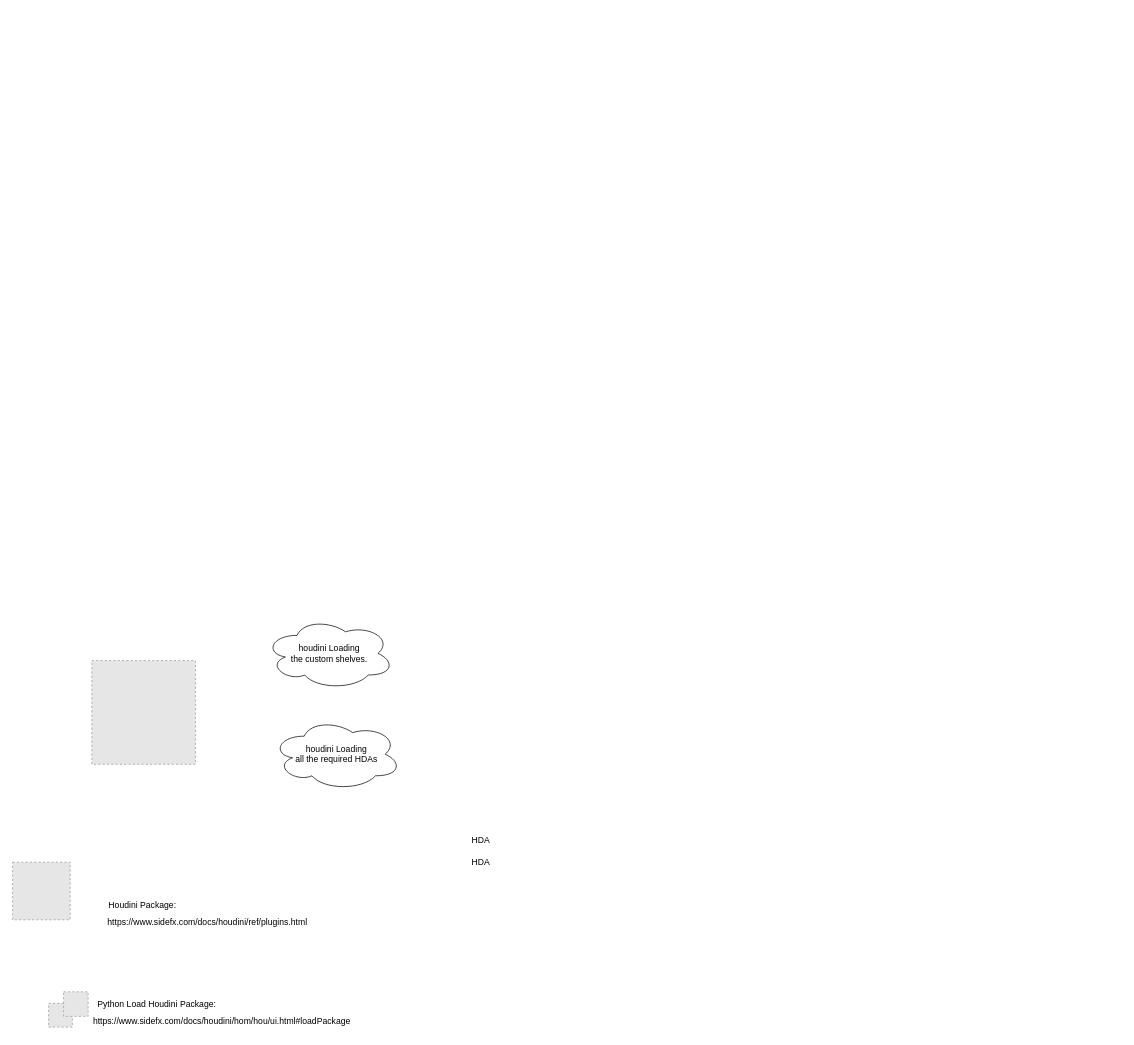
The draw.io diagram .designs/diagrams/2021.12.26_houdini_devWorkflow.drawio in JunruTao/Peach, before the edit. Source tidied: cells renumbered, new cells numbered last; positions are measured from the earlier drawing's top-left corner, leaving out a move shared by most shapes. Both pictures are drawn from the tidied source at 72%, with x=0, y=0 at pixel (12, 617). Pictures stored in the file or linked from it are replaced by grey dashed boxes.
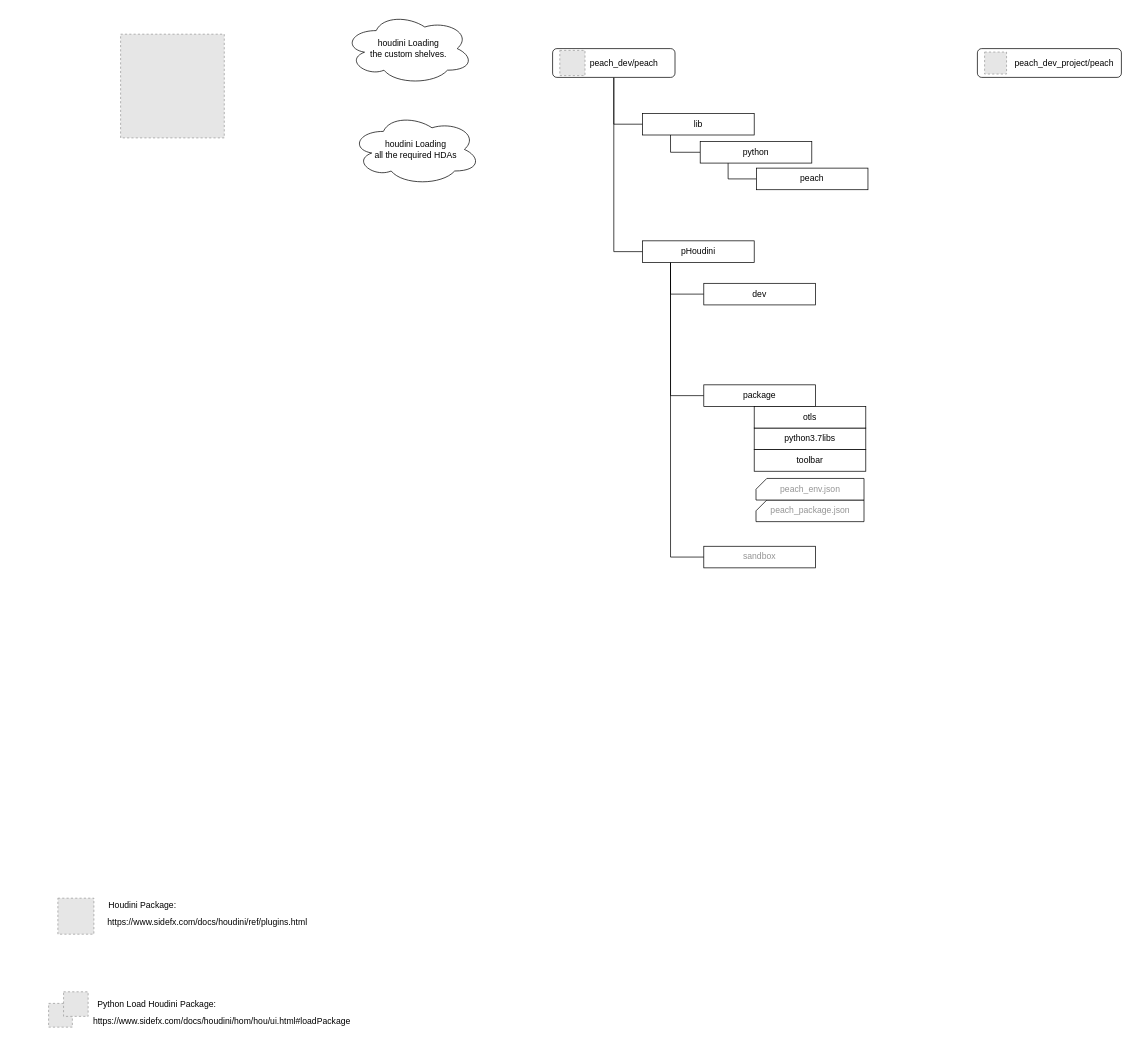
The same page after the edit.

Commit message:
adding diagram of hou workflow

The edit, as a diff of the source:
```diff
@@
+    <mxCell id="14" style="edgeStyle=orthogonalEdgeStyle;rounded=0;sketch=0;jettySize=auto;html=1;entryX=0;entryY=0.5;entryDx=0;entryDy=0;fontColor=#949494;endArrow=none;endFill=0;" parent="1" edge="1" source="16" target="35">
+      <mxGeometry relative="1" as="geometry" />
+    </mxCell>
+    <mxCell id="15" style="edgeStyle=orthogonalEdgeStyle;rounded=0;sketch=0;jettySize=auto;html=1;entryX=0;entryY=0.5;entryDx=0;entryDy=0;fontColor=#949494;endArrow=none;endFill=0;" parent="1" edge="1" source="16" target="25">
+      <mxGeometry relative="1" as="geometry" />
+    </mxCell>
+    <mxCell id="16" style="rounded=1;whiteSpace=wrap;html=1;" parent="1" vertex="1">
+      <mxGeometry x="750" y="-790" width="170" height="40" as="geometry" />
+    </mxCell>
-    <mxCell id="2" style="fillColor=#E6E6E6;strokeColor=#999999;dashed=1;verticalLabelPosition=bottom;labelBackgroundColor=#ffffff;verticalAlign=top;" parent="1" vertex="1">
-      <mxGeometry x="110" y="60" width="144" height="144" as="geometry" />
+    <mxCell id="2" style="fillColor=#E6E6E6;strokeColor=#999999;dashed=1;verticalLabelPosition=bottom;verticalAlign=top;" parent="1" vertex="1">
+      <mxGeometry x="150" y="-810" width="144" height="144" as="geometry" />
     </mxCell>
-    <mxCell id="3" style="fillColor=#E6E6E6;strokeColor=#999999;dashed=1;verticalLabelPosition=bottom;labelBackgroundColor=#ffffff;verticalAlign=top;" parent="1" vertex="1">
-      <mxGeometry y="340" width="80" height="80" as="geometry" />
+    <mxCell id="3" style="fillColor=#E6E6E6;strokeColor=#999999;dashed=1;verticalLabelPosition=bottom;verticalAlign=top;" parent="1" vertex="1">
+      <mxGeometry x="62.9" y="390" width="50" height="50" as="geometry" />
     </mxCell>
-    <mxCell id="4" value="HDA" style="text;html=1;align=center;verticalAlign=middle;strokeColor=none;fillColor=none;" parent="1" vertex="1">
-      <mxGeometry x="630" y="300" width="40" height="20" as="geometry" />
-    </mxCell>
-    <mxCell id="5" value="HDA" style="text;html=1;align=center;verticalAlign=middle;strokeColor=none;fillColor=none;" parent="1" vertex="1">
-      <mxGeometry x="630" y="330" width="40" height="20" as="geometry" />
-    </mxCell>
     <mxCell id="6" value="houdini Loading&lt;br&gt;the custom shelves." style="ellipse;shape=cloud;whiteSpace=wrap;html=1;" parent="1" vertex="1">
-      <mxGeometry x="350" width="180" height="100" as="geometry" />
+      <mxGeometry x="460" y="-840" width="180" height="100" as="geometry" />
     </mxCell>
     <mxCell id="7" value="houdini Loading&lt;br&gt;all the required HDAs" style="ellipse;shape=cloud;whiteSpace=wrap;html=1;" parent="1" vertex="1">
-      <mxGeometry x="360" y="140" width="180" height="100" as="geometry" />
+      <mxGeometry x="470" y="-700" width="180" height="100" as="geometry" />
     </mxCell>
@@
-    <mxCell id="12" style="fillColor=#E6E6E6;strokeColor=#999999;dashed=1;verticalLabelPosition=bottom;labelBackgroundColor=#ffffff;verticalAlign=top;" parent="1" vertex="1">
+    <mxCell id="12" style="fillColor=#E6E6E6;strokeColor=#999999;dashed=1;verticalLabelPosition=bottom;verticalAlign=top;" parent="1" vertex="1">
       <mxGeometry x="50" y="536.1" width="33" height="33" as="geometry" />
     </mxCell>
-    <mxCell id="13" style="fillColor=#E6E6E6;strokeColor=#999999;dashed=1;verticalLabelPosition=bottom;labelBackgroundColor=#ffffff;verticalAlign=top;" parent="1" vertex="1">
+    <mxCell id="13" style="fillColor=#E6E6E6;strokeColor=#999999;dashed=1;verticalLabelPosition=bottom;verticalAlign=top;" parent="1" vertex="1">
       <mxGeometry x="70.8" y="520" width="34.1" height="34.1" as="geometry" />
     </mxCell>
+    <mxCell id="17" style="fillColor=#E6E6E6;strokeColor=#999999;dashed=1;verticalLabelPosition=bottom;verticalAlign=top;" parent="1" vertex="1">
+      <mxGeometry x="760" y="-787.5" width="35" height="35" as="geometry" />
+    </mxCell>
+    <mxCell id="18" value="peach_dev/peach" style="text;html=1;align=left;verticalAlign=middle;strokeColor=none;fillColor=none;" parent="1" vertex="1">
+      <mxGeometry x="800" y="-780" width="110" height="20" as="geometry" />
+    </mxCell>
+    <mxCell id="19" style="rounded=1;whiteSpace=wrap;html=1;" parent="1" vertex="1">
+      <mxGeometry x="1340" y="-790" width="200" height="40" as="geometry" />
+    </mxCell>
+    <mxCell id="20" value="peach_dev_project/peach" style="text;html=1;align=left;verticalAlign=middle;strokeColor=none;fillColor=none;" parent="1" vertex="1">
+      <mxGeometry x="1390" y="-780" width="150" height="20" as="geometry" />
+    </mxCell>
+    <mxCell id="21" style="fillColor=#E6E6E6;strokeColor=#999999;dashed=1;verticalLabelPosition=bottom;verticalAlign=top;" parent="1" vertex="1">
+      <mxGeometry x="1350" y="-785.2" width="30.5" height="30.5" as="geometry" />
+    </mxCell>
+    <mxCell id="22" style="edgeStyle=orthogonalEdgeStyle;rounded=0;sketch=0;jettySize=auto;html=1;exitX=0.25;exitY=1;exitDx=0;exitDy=0;entryX=0;entryY=0.5;entryDx=0;entryDy=0;fontColor=#949494;endArrow=none;endFill=0;" parent="1" edge="1" source="25" target="26">
+      <mxGeometry relative="1" as="geometry" />
+    </mxCell>
+    <mxCell id="23" style="edgeStyle=orthogonalEdgeStyle;rounded=0;sketch=0;jettySize=auto;html=1;exitX=0.25;exitY=1;exitDx=0;exitDy=0;entryX=0;entryY=0.5;entryDx=0;entryDy=0;fontColor=#949494;endArrow=none;endFill=0;" parent="1" edge="1" source="25" target="27">
+      <mxGeometry relative="1" as="geometry" />
+    </mxCell>
+    <mxCell id="24" style="edgeStyle=orthogonalEdgeStyle;rounded=0;sketch=0;jettySize=auto;html=1;exitX=0.25;exitY=1;exitDx=0;exitDy=0;entryX=0;entryY=0.5;entryDx=0;entryDy=0;fontColor=#949494;endArrow=none;endFill=0;" parent="1" edge="1" source="25" target="28">
+      <mxGeometry relative="1" as="geometry" />
+    </mxCell>
+    <mxCell id="25" value="pHoudini" style="rounded=0;whiteSpace=wrap;html=1;sketch=0;" parent="1" vertex="1">
+      <mxGeometry x="875" y="-523" width="155" height="30" as="geometry" />
+    </mxCell>
+    <mxCell id="26" value="dev" style="rounded=0;whiteSpace=wrap;html=1;sketch=0;" parent="1" vertex="1">
+      <mxGeometry x="960" y="-464" width="155" height="30" as="geometry" />
+    </mxCell>
+    <mxCell id="27" value="package" style="rounded=0;whiteSpace=wrap;html=1;sketch=0;" parent="1" vertex="1">
+      <mxGeometry x="960" y="-323" width="155" height="30" as="geometry" />
+    </mxCell>
+    <mxCell id="28" value="&lt;font color=&quot;#949494&quot;&gt;sandbox&lt;/font&gt;" style="rounded=0;whiteSpace=wrap;html=1;sketch=0;" parent="1" vertex="1">
+      <mxGeometry x="960" y="-98.8" width="155" height="30" as="geometry" />
+    </mxCell>
+    <mxCell id="29" value="python3.7libs" style="rounded=0;whiteSpace=wrap;html=1;sketch=0;" parent="1" vertex="1">
+      <mxGeometry x="1030" y="-263" width="155" height="30" as="geometry" />
+    </mxCell>
+    <mxCell id="30" value="otls" style="rounded=0;whiteSpace=wrap;html=1;sketch=0;" parent="1" vertex="1">
+      <mxGeometry x="1030" y="-293" width="155" height="30" as="geometry" />
+    </mxCell>
+    <mxCell id="31" value="toolbar" style="rounded=0;whiteSpace=wrap;html=1;sketch=0;" parent="1" vertex="1">
+      <mxGeometry x="1030" y="-233" width="155" height="30" as="geometry" />
+    </mxCell>
+    <mxCell id="32" value="peach_package.json" style="shape=card;whiteSpace=wrap;html=1;rounded=0;sketch=0;fontColor=#949494;size=15;" parent="1" vertex="1">
+      <mxGeometry x="1032.5" y="-163" width="150" height="30" as="geometry" />
+    </mxCell>
+    <mxCell id="33" value="peach_env.json" style="shape=card;whiteSpace=wrap;html=1;rounded=0;sketch=0;fontColor=#949494;size=15;" parent="1" vertex="1">
+      <mxGeometry x="1032.5" y="-193" width="150" height="30" as="geometry" />
+    </mxCell>
+    <mxCell id="34" style="edgeStyle=orthogonalEdgeStyle;rounded=0;sketch=0;jettySize=auto;html=1;exitX=0.25;exitY=1;exitDx=0;exitDy=0;entryX=0;entryY=0.5;entryDx=0;entryDy=0;fontColor=#949494;endArrow=none;endFill=0;" parent="1" edge="1" source="35" target="37">
+      <mxGeometry relative="1" as="geometry" />
+    </mxCell>
+    <mxCell id="35" value="lib" style="rounded=0;whiteSpace=wrap;html=1;sketch=0;" parent="1" vertex="1">
+      <mxGeometry x="875" y="-700" width="155" height="30" as="geometry" />
+    </mxCell>
+    <mxCell id="36" style="edgeStyle=orthogonalEdgeStyle;rounded=0;sketch=0;jettySize=auto;html=1;entryX=0;entryY=0.5;entryDx=0;entryDy=0;fontColor=#949494;endArrow=none;endFill=0;exitX=0.25;exitY=1;exitDx=0;exitDy=0;" parent="1" edge="1" source="37" target="38">
+      <mxGeometry relative="1" as="geometry" />
+    </mxCell>
+    <mxCell id="37" value="python" style="rounded=0;whiteSpace=wrap;html=1;sketch=0;" parent="1" vertex="1">
+      <mxGeometry x="955" y="-661" width="155" height="30" as="geometry" />
+    </mxCell>
+    <mxCell id="38" value="peach" style="rounded=0;whiteSpace=wrap;html=1;sketch=0;" parent="1" vertex="1">
+      <mxGeometry x="1033" y="-624" width="155" height="30" as="geometry" />
+    </mxCell>
```
